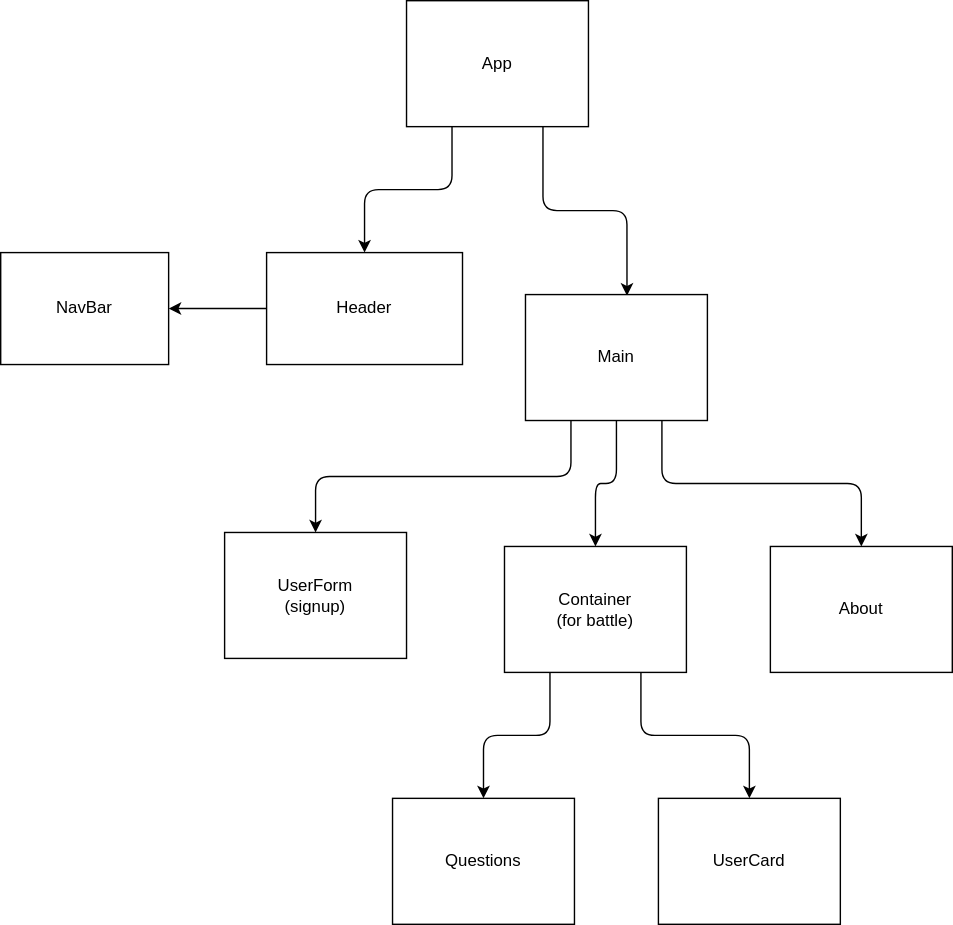
The draw.io diagram components.drawio.svg in jng34/battle-on-rails, before a commit. Source tidied: cells renumbered, new cells last; positions are measured from the earlier drawing's top-left corner, leaving out a move shared by most shapes. The source it was exported from:
```xml
<mxGraphModel>
  <root>
    <mxCell id="0" />
    <mxCell id="1" parent="0" />
    <mxCell id="2" style="edgeStyle=orthogonalEdgeStyle;html=1;exitX=0.25;exitY=1;exitDx=0;exitDy=0;entryX=0.5;entryY=0;entryDx=0;entryDy=0;" parent="1" edge="1" source="4" target="14">
      <mxGeometry relative="1" as="geometry" />
    </mxCell>
    <mxCell id="3" style="edgeStyle=orthogonalEdgeStyle;html=1;exitX=0.75;exitY=1;exitDx=0;exitDy=0;entryX=0.558;entryY=0.009;entryDx=0;entryDy=0;entryPerimeter=0;" parent="1" edge="1" source="4" target="18">
      <mxGeometry relative="1" as="geometry" />
    </mxCell>
    <mxCell id="4" value="App" style="whiteSpace=wrap;html=1;" parent="1" vertex="1">
      <mxGeometry x="290" width="130" height="90" as="geometry" />
    </mxCell>
    <mxCell id="5" value="NavBar" style="whiteSpace=wrap;html=1;" parent="1" vertex="1">
      <mxGeometry y="180" width="120" height="80" as="geometry" />
    </mxCell>
    <mxCell id="6" value="UserCard" style="whiteSpace=wrap;html=1;" parent="1" vertex="1">
      <mxGeometry x="470" y="570" width="130" height="90" as="geometry" />
    </mxCell>
    <mxCell id="7" value="UserForm&lt;br&gt;(signup)" style="whiteSpace=wrap;html=1;" parent="1" vertex="1">
      <mxGeometry x="160" y="380" width="130" height="90" as="geometry" />
    </mxCell>
    <mxCell id="8" style="edgeStyle=orthogonalEdgeStyle;html=1;exitX=0.25;exitY=1;exitDx=0;exitDy=0;entryX=0.5;entryY=0;entryDx=0;entryDy=0;" parent="1" edge="1" source="10" target="11">
      <mxGeometry relative="1" as="geometry" />
    </mxCell>
    <mxCell id="9" style="edgeStyle=orthogonalEdgeStyle;html=1;exitX=0.75;exitY=1;exitDx=0;exitDy=0;" parent="1" edge="1" source="10" target="6">
      <mxGeometry relative="1" as="geometry" />
    </mxCell>
    <mxCell id="10" value="Container&lt;br&gt;(for battle)" style="whiteSpace=wrap;html=1;" parent="1" vertex="1">
      <mxGeometry x="360" y="390" width="130" height="90" as="geometry" />
    </mxCell>
    <mxCell id="11" value="Questions" style="whiteSpace=wrap;html=1;" parent="1" vertex="1">
      <mxGeometry x="280" y="570" width="130" height="90" as="geometry" />
    </mxCell>
    <mxCell id="12" value="About" style="whiteSpace=wrap;html=1;" parent="1" vertex="1">
      <mxGeometry x="550" y="390" width="130" height="90" as="geometry" />
    </mxCell>
    <mxCell id="13" style="edgeStyle=orthogonalEdgeStyle;html=1;exitX=0;exitY=0.5;exitDx=0;exitDy=0;entryX=1;entryY=0.5;entryDx=0;entryDy=0;" parent="1" edge="1" source="14" target="5">
      <mxGeometry relative="1" as="geometry" />
    </mxCell>
    <mxCell id="14" value="Header" style="whiteSpace=wrap;html=1;" parent="1" vertex="1">
      <mxGeometry x="190" y="180" width="140" height="80" as="geometry" />
    </mxCell>
    <mxCell id="15" style="edgeStyle=orthogonalEdgeStyle;html=1;exitX=0.25;exitY=1;exitDx=0;exitDy=0;entryX=0.5;entryY=0;entryDx=0;entryDy=0;" parent="1" edge="1" source="18" target="7">
      <mxGeometry relative="1" as="geometry" />
    </mxCell>
    <mxCell id="16" style="edgeStyle=orthogonalEdgeStyle;html=1;exitX=0.5;exitY=1;exitDx=0;exitDy=0;entryX=0.5;entryY=0;entryDx=0;entryDy=0;" parent="1" edge="1" source="18" target="10">
      <mxGeometry relative="1" as="geometry" />
    </mxCell>
    <mxCell id="17" style="edgeStyle=orthogonalEdgeStyle;html=1;exitX=0.75;exitY=1;exitDx=0;exitDy=0;" parent="1" edge="1" source="18" target="12">
      <mxGeometry relative="1" as="geometry" />
    </mxCell>
    <mxCell id="18" value="Main" style="whiteSpace=wrap;html=1;" parent="1" vertex="1">
      <mxGeometry x="375" y="210" width="130" height="90" as="geometry" />
    </mxCell>
  </root>
</mxGraphModel>
```
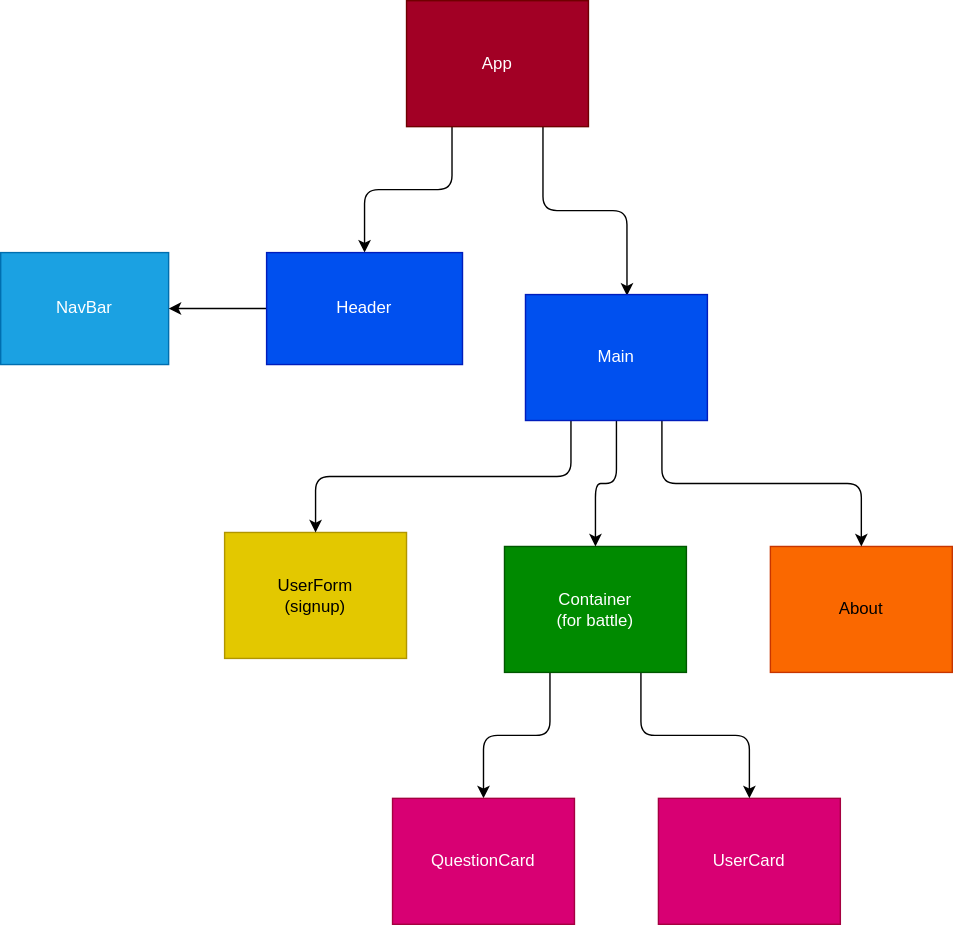
Later version of the same file.

Diff of the diagram source:
```diff
@@ -8,16 +8,16 @@
     <mxCell id="3" style="edgeStyle=orthogonalEdgeStyle;html=1;exitX=0.75;exitY=1;exitDx=0;exitDy=0;entryX=0.558;entryY=0.009;entryDx=0;entryDy=0;entryPerimeter=0;" parent="1" edge="1" source="4" target="18">
       <mxGeometry relative="1" as="geometry" />
     </mxCell>
-    <mxCell id="4" value="App" style="whiteSpace=wrap;html=1;" parent="1" vertex="1">
+    <mxCell id="4" value="App" style="whiteSpace=wrap;html=1;fillColor=#a20025;fontColor=#ffffff;strokeColor=#6F0000;" parent="1" vertex="1">
       <mxGeometry x="290" width="130" height="90" as="geometry" />
     </mxCell>
-    <mxCell id="5" value="NavBar" style="whiteSpace=wrap;html=1;" parent="1" vertex="1">
+    <mxCell id="5" value="NavBar" style="whiteSpace=wrap;html=1;fillColor=#1ba1e2;fontColor=#ffffff;strokeColor=#006EAF;" parent="1" vertex="1">
       <mxGeometry y="180" width="120" height="80" as="geometry" />
     </mxCell>
-    <mxCell id="6" value="UserCard" style="whiteSpace=wrap;html=1;" parent="1" vertex="1">
+    <mxCell id="6" value="UserCard" style="whiteSpace=wrap;html=1;fillColor=#d80073;fontColor=#ffffff;strokeColor=#A50040;" parent="1" vertex="1">
       <mxGeometry x="470" y="570" width="130" height="90" as="geometry" />
     </mxCell>
-    <mxCell id="7" value="UserForm&lt;br&gt;(signup)" style="whiteSpace=wrap;html=1;" parent="1" vertex="1">
+    <mxCell id="7" value="UserForm&lt;br&gt;(signup)" style="whiteSpace=wrap;html=1;fillColor=#e3c800;fontColor=#000000;strokeColor=#B09500;" parent="1" vertex="1">
       <mxGeometry x="160" y="380" width="130" height="90" as="geometry" />
     </mxCell>
     <mxCell id="8" style="edgeStyle=orthogonalEdgeStyle;html=1;exitX=0.25;exitY=1;exitDx=0;exitDy=0;entryX=0.5;entryY=0;entryDx=0;entryDy=0;" parent="1" edge="1" source="10" target="11">
@@ -26,19 +26,19 @@
     <mxCell id="9" style="edgeStyle=orthogonalEdgeStyle;html=1;exitX=0.75;exitY=1;exitDx=0;exitDy=0;" parent="1" edge="1" source="10" target="6">
       <mxGeometry relative="1" as="geometry" />
     </mxCell>
-    <mxCell id="10" value="Container&lt;br&gt;(for battle)" style="whiteSpace=wrap;html=1;" parent="1" vertex="1">
+    <mxCell id="10" value="Container&lt;br&gt;(for battle)" style="whiteSpace=wrap;html=1;fillColor=#008a00;fontColor=#ffffff;strokeColor=#005700;" parent="1" vertex="1">
       <mxGeometry x="360" y="390" width="130" height="90" as="geometry" />
     </mxCell>
-    <mxCell id="11" value="Questions" style="whiteSpace=wrap;html=1;" parent="1" vertex="1">
+    <mxCell id="11" value="QuestionCard" style="whiteSpace=wrap;html=1;fillColor=#d80073;fontColor=#ffffff;strokeColor=#A50040;" parent="1" vertex="1">
       <mxGeometry x="280" y="570" width="130" height="90" as="geometry" />
     </mxCell>
-    <mxCell id="12" value="About" style="whiteSpace=wrap;html=1;" parent="1" vertex="1">
+    <mxCell id="12" value="About" style="whiteSpace=wrap;html=1;fillColor=#fa6800;fontColor=#000000;strokeColor=#C73500;" parent="1" vertex="1">
       <mxGeometry x="550" y="390" width="130" height="90" as="geometry" />
     </mxCell>
     <mxCell id="13" style="edgeStyle=orthogonalEdgeStyle;html=1;exitX=0;exitY=0.5;exitDx=0;exitDy=0;entryX=1;entryY=0.5;entryDx=0;entryDy=0;" parent="1" edge="1" source="14" target="5">
       <mxGeometry relative="1" as="geometry" />
     </mxCell>
-    <mxCell id="14" value="Header" style="whiteSpace=wrap;html=1;" parent="1" vertex="1">
+    <mxCell id="14" value="Header" style="whiteSpace=wrap;html=1;fillColor=#0050ef;fontColor=#ffffff;strokeColor=#001DBC;" parent="1" vertex="1">
       <mxGeometry x="190" y="180" width="140" height="80" as="geometry" />
     </mxCell>
     <mxCell id="15" style="edgeStyle=orthogonalEdgeStyle;html=1;exitX=0.25;exitY=1;exitDx=0;exitDy=0;entryX=0.5;entryY=0;entryDx=0;entryDy=0;" parent="1" edge="1" source="18" target="7">
@@ -50,7 +50,7 @@
     <mxCell id="17" style="edgeStyle=orthogonalEdgeStyle;html=1;exitX=0.75;exitY=1;exitDx=0;exitDy=0;" parent="1" edge="1" source="18" target="12">
       <mxGeometry relative="1" as="geometry" />
     </mxCell>
-    <mxCell id="18" value="Main" style="whiteSpace=wrap;html=1;" parent="1" vertex="1">
+    <mxCell id="18" value="Main" style="whiteSpace=wrap;html=1;fillColor=#0050ef;fontColor=#ffffff;strokeColor=#001DBC;" parent="1" vertex="1">
       <mxGeometry x="375" y="210" width="130" height="90" as="geometry" />
     </mxCell>
   </root>
```
